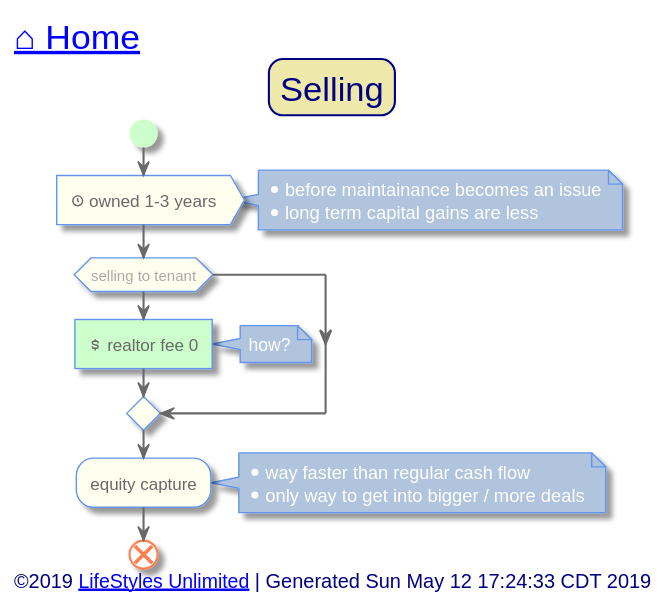
This is out/src/single-family/selling.svg from toddmo/lifestylesunlimited, a PlantUML export, as it was before one commit.
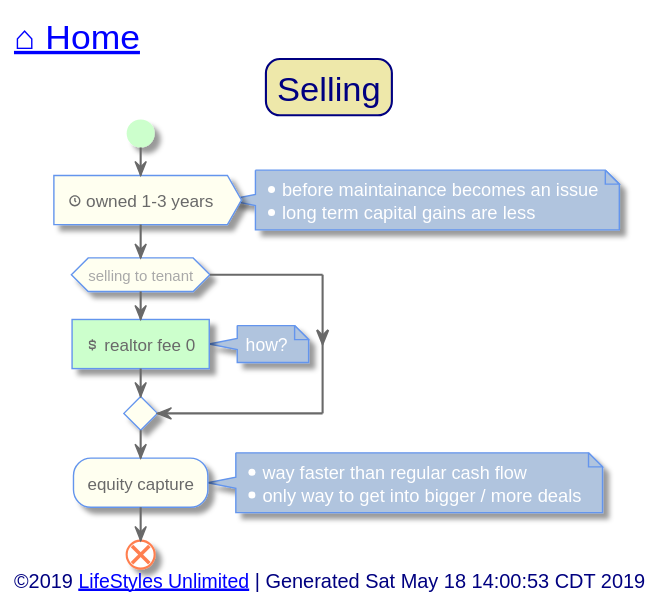
After the commit.

Diff of the diagram source:
```diff
@@ -102,7 +102,7 @@
 
 
 left footer
-	<font size=14>©2019 [[http://www.lifestylesunlimited.com LifeStyles Unlimited]] | Generated Sun May 12 17:24:33 CDT 2019</font>
+	<font size=14>©2019 [[http://www.lifestylesunlimited.com LifeStyles Unlimited]] | Generated Sat May 18 14:00:53 CDT 2019</font>
 endfooter
 
 
```
